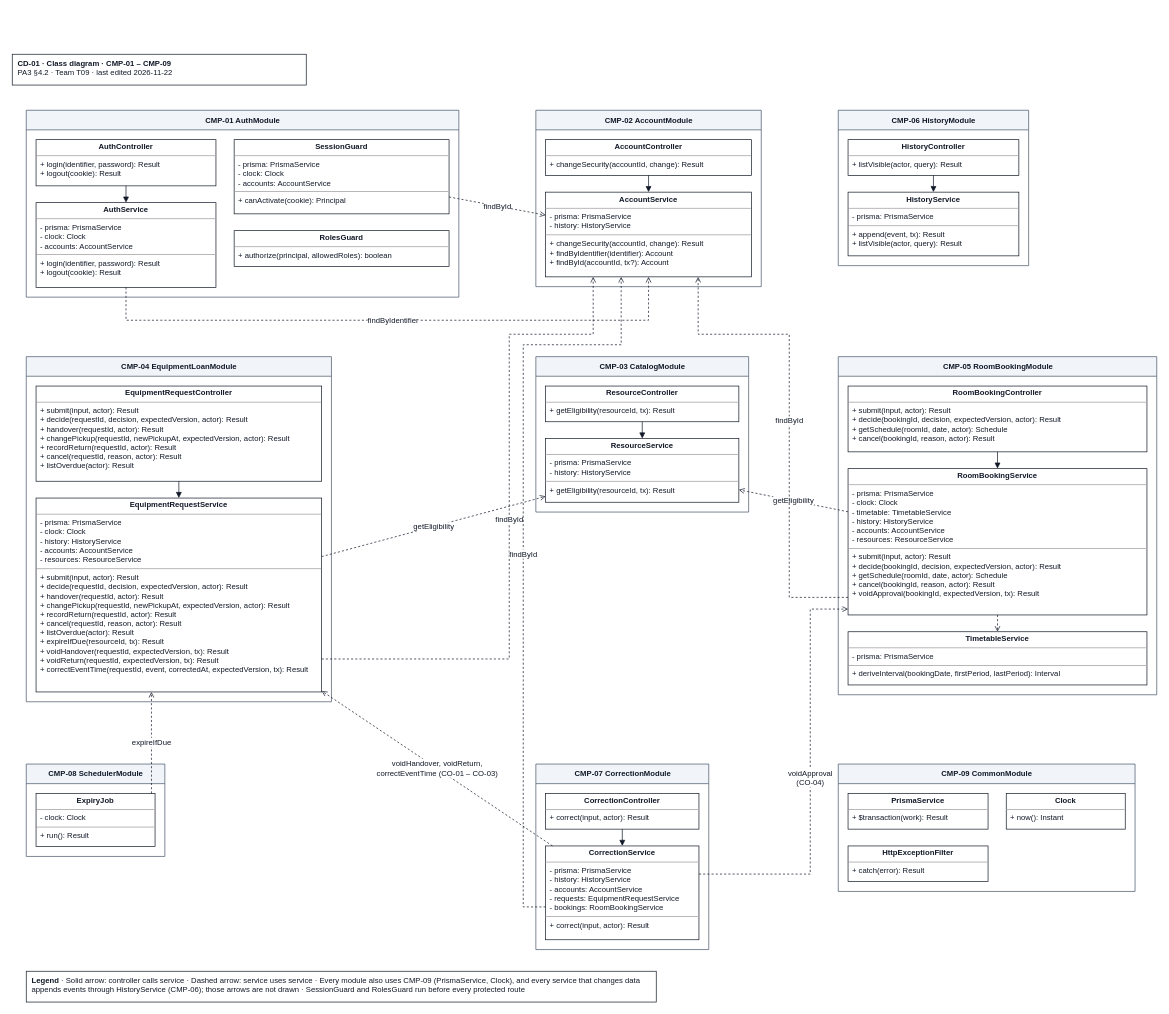
Above: docs/design/diagrams/CD-01_component-classes.drawio in JuliaTrang/T09-CampusBorrow (draw.io), before the change. Source tidied: cells renumbered, new cells numbered last; positions are measured from the earlier drawing's top-left corner, leaving out a move shared by most shapes. Both pictures are drawn from the tidied source at 70%, with x=0, y=0 at pixel (12, 54).
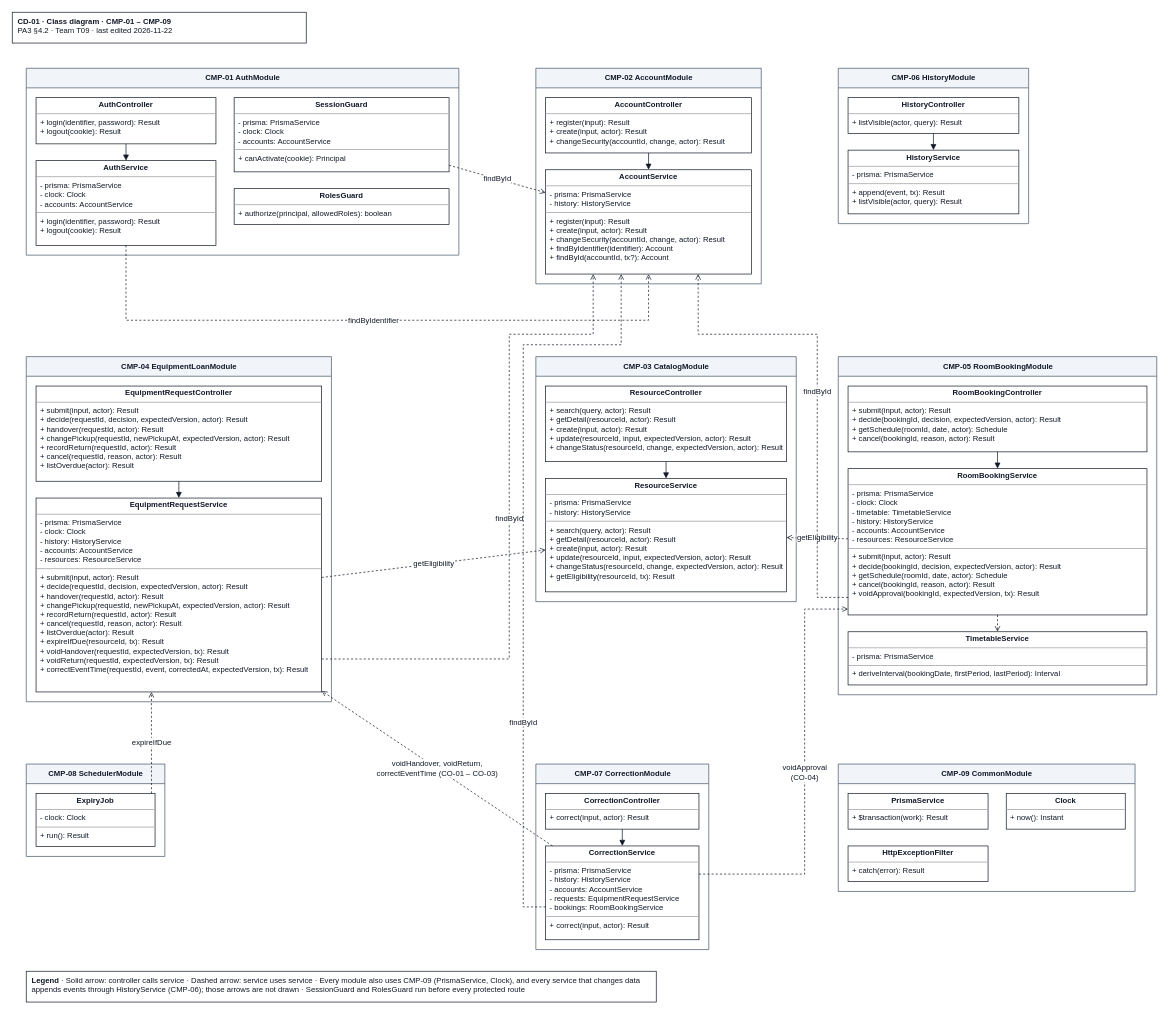
After the change.

Commit message (it also covers changes not shown here):
docs(pa3): add CMP-02/03 operations, uuid, history_event_id and resource_id

Unchanged cells that the change refers to:
```xml
<mxCell id="22" value="&lt;p style=&quot;margin:0px;margin-top:4px;text-align:center;&quot;&gt;&lt;b&gt;RoomBookingService&lt;/b&gt;&lt;/p&gt;&lt;hr size=&quot;1&quot;/&gt;&lt;p style=&quot;margin:0px;margin-left:6px;&quot;&gt;- prisma: PrismaService&lt;br&gt;- clock: Clock&lt;br&gt;- timetable: TimetableService&lt;br&gt;- history: HistoryService&lt;br&gt;- accounts: AccountService&lt;br&gt;- resources: ResourceService&lt;/p&gt;&lt;hr size=&quot;1&quot;/&gt;&lt;p style=&quot;margin:0px;margin-left:6px;&quot;&gt;+ submit(input, actor): Result&lt;br&gt;+ decide(bookingId, decision, expectedVersion, actor): Result&lt;br&gt;+ getSchedule(roomId, date, actor): Schedule&lt;br&gt;+ cancel(bookingId, reason, actor): Result&lt;br&gt;+ voidApproval(bookingId, expectedVersion, tx): Result&lt;/p&gt;" style="verticalAlign=top;align=left;overflow=fill;html=1;whiteSpace=wrap;rounded=0;strokeColor=#111827;fillColor=#ffffff;fontFamily=Arial;fontSize=11;fontColor=#111827;" parent="20" vertex="1">
  <mxGeometry x="14" y="160" width="427" height="209" as="geometry" />
</mxCell>
<mxCell id="28" value="&lt;p style=&quot;margin:0px;margin-top:4px;text-align:center;&quot;&gt;&lt;b&gt;CorrectionService&lt;/b&gt;&lt;/p&gt;&lt;hr size=&quot;1&quot;/&gt;&lt;p style=&quot;margin:0px;margin-left:6px;&quot;&gt;- prisma: PrismaService&lt;br&gt;- history: HistoryService&lt;br&gt;- accounts: AccountService&lt;br&gt;- requests: EquipmentRequestService&lt;br&gt;- bookings: RoomBookingService&lt;/p&gt;&lt;hr size=&quot;1&quot;/&gt;&lt;p style=&quot;margin:0px;margin-left:6px;&quot;&gt;+ correct(input, actor): Result&lt;/p&gt;" style="verticalAlign=top;align=left;overflow=fill;html=1;whiteSpace=wrap;rounded=0;strokeColor=#111827;fillColor=#ffffff;fontFamily=Arial;fontSize=11;fontColor=#111827;" parent="26" vertex="1">
  <mxGeometry x="14" y="117" width="219" height="134" as="geometry" />
</mxCell>
```

The edit, as a diff of the source:
```diff
@@
     <mxCell id="2" value="&lt;b&gt;CD-01 · Class diagram · CMP-01 – CMP-09&lt;/b&gt;&lt;br&gt;PA3 §4.2 · Team T09 · last edited 2026-11-22" style="rounded=0;whiteSpace=wrap;html=1;align=left;verticalAlign=top;spacingLeft=6;strokeColor=#111827;fillColor=#ffffff;fontFamily=Arial;fontSize=11;fontColor=#111827;" parent="1" vertex="1">
-      <mxGeometry width="420" height="44" as="geometry" />
+      <mxGeometry y="-60" width="420" height="44" as="geometry" />
     </mxCell>
     <mxCell id="3" value="CMP-01 AuthModule" style="swimlane;startSize=28;html=1;horizontal=1;fillColor=#f1f5f9;strokeColor=#475569;fontStyle=1;rounded=0;fontFamily=Arial;fontSize=11;fontColor=#111827;" parent="1" vertex="1">
-      <mxGeometry x="20" y="80" width="618" height="267" as="geometry" />
+      <mxGeometry x="20" y="20" width="618" height="267" as="geometry" />
     </mxCell>
@@
     <mxCell id="8" value="CMP-02 AccountModule" style="swimlane;startSize=28;html=1;horizontal=1;fillColor=#f1f5f9;strokeColor=#475569;fontStyle=1;rounded=0;fontFamily=Arial;fontSize=11;fontColor=#111827;" parent="1" vertex="1">
-      <mxGeometry x="748" y="80" width="322" height="252" as="geometry" />
+      <mxGeometry x="748" y="20" width="322" height="308" as="geometry" />
     </mxCell>
-    <mxCell id="9" value="&lt;p style=&quot;margin:0px;margin-top:4px;text-align:center;&quot;&gt;&lt;b&gt;AccountController&lt;/b&gt;&lt;/p&gt;&lt;hr size=&quot;1&quot;/&gt;&lt;p style=&quot;margin:0px;margin-left:6px;&quot;&gt;+ changeSecurity(accountId, change): Result&lt;/p&gt;" style="verticalAlign=top;align=left;overflow=fill;html=1;whiteSpace=wrap;rounded=0;strokeColor=#111827;fillColor=#ffffff;fontFamily=Arial;fontSize=11;fontColor=#111827;" parent="8" vertex="1">
-      <mxGeometry x="14" y="42" width="294" height="51" as="geometry" />
+    <mxCell id="9" value="&lt;p style=&quot;margin:0px;margin-top:4px;text-align:center;&quot;&gt;&lt;b&gt;AccountController&lt;/b&gt;&lt;/p&gt;&lt;hr size=&quot;1&quot;/&gt;&lt;p style=&quot;margin:0px;margin-left:6px;&quot;&gt;+ register(input): Result&lt;br&gt;+ create(input, actor): Result&lt;br&gt;+ changeSecurity(accountId, change, actor): Result&lt;/p&gt;" style="verticalAlign=top;align=left;overflow=fill;html=1;whiteSpace=wrap;rounded=0;strokeColor=#111827;fillColor=#ffffff;fontFamily=Arial;fontSize=11;fontColor=#111827;" parent="8" vertex="1">
+      <mxGeometry x="14" y="42" width="294" height="79" as="geometry" />
     </mxCell>
-    <mxCell id="10" value="&lt;p style=&quot;margin:0px;margin-top:4px;text-align:center;&quot;&gt;&lt;b&gt;AccountService&lt;/b&gt;&lt;/p&gt;&lt;hr size=&quot;1&quot;/&gt;&lt;p style=&quot;margin:0px;margin-left:6px;&quot;&gt;- prisma: PrismaService&lt;br&gt;- history: HistoryService&lt;/p&gt;&lt;hr size=&quot;1&quot;/&gt;&lt;p style=&quot;margin:0px;margin-left:6px;&quot;&gt;+ changeSecurity(accountId, change): Result&lt;br&gt;+ findByIdentifier(identifier): Account&lt;br&gt;+ findById(accountId, tx?): Account&lt;/p&gt;" style="verticalAlign=top;align=left;overflow=fill;html=1;whiteSpace=wrap;rounded=0;strokeColor=#111827;fillColor=#ffffff;fontFamily=Arial;fontSize=11;fontColor=#111827;" parent="8" vertex="1">
-      <mxGeometry x="14" y="117" width="294" height="121" as="geometry" />
+    <mxCell id="10" value="&lt;p style=&quot;margin:0px;margin-top:4px;text-align:center;&quot;&gt;&lt;b&gt;AccountService&lt;/b&gt;&lt;/p&gt;&lt;hr size=&quot;1&quot;/&gt;&lt;p style=&quot;margin:0px;margin-left:6px;&quot;&gt;- prisma: PrismaService&lt;br&gt;- history: HistoryService&lt;/p&gt;&lt;hr size=&quot;1&quot;/&gt;&lt;p style=&quot;margin:0px;margin-left:6px;&quot;&gt;+ register(input): Result&lt;br&gt;+ create(input, actor): Result&lt;br&gt;+ changeSecurity(accountId, change, actor): Result&lt;br&gt;+ findByIdentifier(identifier): Account&lt;br&gt;+ findById(accountId, tx?): Account&lt;/p&gt;" style="verticalAlign=top;align=left;overflow=fill;html=1;whiteSpace=wrap;rounded=0;strokeColor=#111827;fillColor=#ffffff;fontFamily=Arial;fontSize=11;fontColor=#111827;" parent="8" vertex="1">
+      <mxGeometry x="14" y="145" width="294" height="149" as="geometry" />
     </mxCell>
     <mxCell id="11" value="CMP-06 HistoryModule" style="swimlane;startSize=28;html=1;horizontal=1;fillColor=#f1f5f9;strokeColor=#475569;fontStyle=1;rounded=0;fontFamily=Arial;fontSize=11;fontColor=#111827;" parent="1" vertex="1">
-      <mxGeometry x="1180" y="80" width="272" height="222" as="geometry" />
+      <mxGeometry x="1180" y="20" width="272" height="222" as="geometry" />
     </mxCell>
@@
     <mxCell id="17" value="CMP-03 CatalogModule" style="swimlane;startSize=28;html=1;horizontal=1;fillColor=#f1f5f9;strokeColor=#475569;fontStyle=1;rounded=0;fontFamily=Arial;fontSize=11;fontColor=#111827;" parent="1" vertex="1">
-      <mxGeometry x="748" y="432" width="304" height="222" as="geometry" />
+      <mxGeometry x="748" y="432" width="372" height="350" as="geometry" />
     </mxCell>
-    <mxCell id="18" value="&lt;p style=&quot;margin:0px;margin-top:4px;text-align:center;&quot;&gt;&lt;b&gt;ResourceController&lt;/b&gt;&lt;/p&gt;&lt;hr size=&quot;1&quot;/&gt;&lt;p style=&quot;margin:0px;margin-left:6px;&quot;&gt;+ getEligibility(resourceId, tx): Result&lt;/p&gt;" style="verticalAlign=top;align=left;overflow=fill;html=1;whiteSpace=wrap;rounded=0;strokeColor=#111827;fillColor=#ffffff;fontFamily=Arial;fontSize=11;fontColor=#111827;" parent="17" vertex="1">
-      <mxGeometry x="14" y="42" width="276" height="51" as="geometry" />
+    <mxCell id="18" value="&lt;p style=&quot;margin:0px;margin-top:4px;text-align:center;&quot;&gt;&lt;b&gt;ResourceController&lt;/b&gt;&lt;/p&gt;&lt;hr size=&quot;1&quot;/&gt;&lt;p style=&quot;margin:0px;margin-left:6px;&quot;&gt;+ search(query, actor): Result&lt;br&gt;+ getDetail(resourceId, actor): Result&lt;br&gt;+ create(input, actor): Result&lt;br&gt;+ update(resourceId, input, expectedVersion, actor): Result&lt;br&gt;+ changeStatus(resourceId, change, expectedVersion, actor): Result&lt;/p&gt;" style="verticalAlign=top;align=left;overflow=fill;html=1;whiteSpace=wrap;rounded=0;strokeColor=#111827;fillColor=#ffffff;fontFamily=Arial;fontSize=11;fontColor=#111827;" parent="17" vertex="1">
+      <mxGeometry x="14" y="42" width="344" height="108" as="geometry" />
     </mxCell>
-    <mxCell id="19" value="&lt;p style=&quot;margin:0px;margin-top:4px;text-align:center;&quot;&gt;&lt;b&gt;ResourceService&lt;/b&gt;&lt;/p&gt;&lt;hr size=&quot;1&quot;/&gt;&lt;p style=&quot;margin:0px;margin-left:6px;&quot;&gt;- prisma: PrismaService&lt;br&gt;- history: HistoryService&lt;/p&gt;&lt;hr size=&quot;1&quot;/&gt;&lt;p style=&quot;margin:0px;margin-left:6px;&quot;&gt;+ getEligibility(resourceId, tx): Result&lt;/p&gt;" style="verticalAlign=top;align=left;overflow=fill;html=1;whiteSpace=wrap;rounded=0;strokeColor=#111827;fillColor=#ffffff;fontFamily=Arial;fontSize=11;fontColor=#111827;" parent="17" vertex="1">
-      <mxGeometry x="14" y="117" width="276" height="91" as="geometry" />
+    <mxCell id="19" value="&lt;p style=&quot;margin:0px;margin-top:4px;text-align:center;&quot;&gt;&lt;b&gt;ResourceService&lt;/b&gt;&lt;/p&gt;&lt;hr size=&quot;1&quot;/&gt;&lt;p style=&quot;margin:0px;margin-left:6px;&quot;&gt;- prisma: PrismaService&lt;br&gt;- history: HistoryService&lt;/p&gt;&lt;hr size=&quot;1&quot;/&gt;&lt;p style=&quot;margin:0px;margin-left:6px;&quot;&gt;+ search(query, actor): Result&lt;br&gt;+ getDetail(resourceId, actor): Result&lt;br&gt;+ create(input, actor): Result&lt;br&gt;+ update(resourceId, input, expectedVersion, actor): Result&lt;br&gt;+ changeStatus(resourceId, change, expectedVersion, actor): Result&lt;br&gt;+ getEligibility(resourceId, tx): Result&lt;/p&gt;" style="verticalAlign=top;align=left;overflow=fill;html=1;whiteSpace=wrap;rounded=0;strokeColor=#111827;fillColor=#ffffff;fontFamily=Arial;fontSize=11;fontColor=#111827;" parent="17" vertex="1">
+      <mxGeometry x="14" y="174" width="344" height="162" as="geometry" />
     </mxCell>
@@
     <mxCell id="46" value="voidApproval&lt;br&gt;(CO-04)" style="rounded=0;html=1;endArrow=open;endFill=0;dashed=1;strokeColor=#111827;fontFamily=Arial;fontSize=11;fontColor=#111827;edgeStyle=orthogonalEdgeStyle;exitX=1;exitY=0.3;entryX=0;entryY=0.96;" parent="1" edge="1" source="28" target="22">
       <mxGeometry relative="1" as="geometry">
         <Array as="points">
-          <mxPoint x="1140" y="1171" />
-          <mxPoint x="1140" y="793" />
+          <mxPoint x="1132" y="1171" />
+          <mxPoint x="1132" y="793" />
         </Array>
       </mxGeometry>
     </mxCell>
@@
     <mxCell id="50" value="findById" style="rounded=0;html=1;endArrow=open;endFill=0;dashed=1;strokeColor=#111827;fontFamily=Arial;fontSize=11;fontColor=#111827;edgeStyle=orthogonalEdgeStyle;exitX=0;exitY=0.88;entryX=0.741;entryY=1;" parent="1" edge="1" source="22" target="10">
       <mxGeometry relative="1" as="geometry">
         <Array as="points">
-          <mxPoint x="1110" y="776" />
-          <mxPoint x="1110" y="400" />
+          <mxPoint x="1150" y="776" />
+          <mxPoint x="1150" y="400" />
           <mxPoint x="980" y="400" />
         </Array>
       </mxGeometry>
     </mxCell>
     <mxCell id="51" value="findById" style="rounded=0;html=1;endArrow=open;endFill=0;dashed=1;strokeColor=#111827;fontFamily=Arial;fontSize=11;fontColor=#111827;edgeStyle=orthogonalEdgeStyle;exitX=0;exitY=0.65;entryX=0.367;entryY=1;" parent="1" edge="1" source="28" target="10">
-      <mxGeometry relative="1" as="geometry">
+      <mxGeometry x="-0.45" relative="1" as="geometry">
         <Array as="points">
           <mxPoint x="730" y="1218" />
           <mxPoint x="730" y="415" />
           <mxPoint x="870" y="415" />
         </Array>
       </mxGeometry>
     </mxCell>
```
